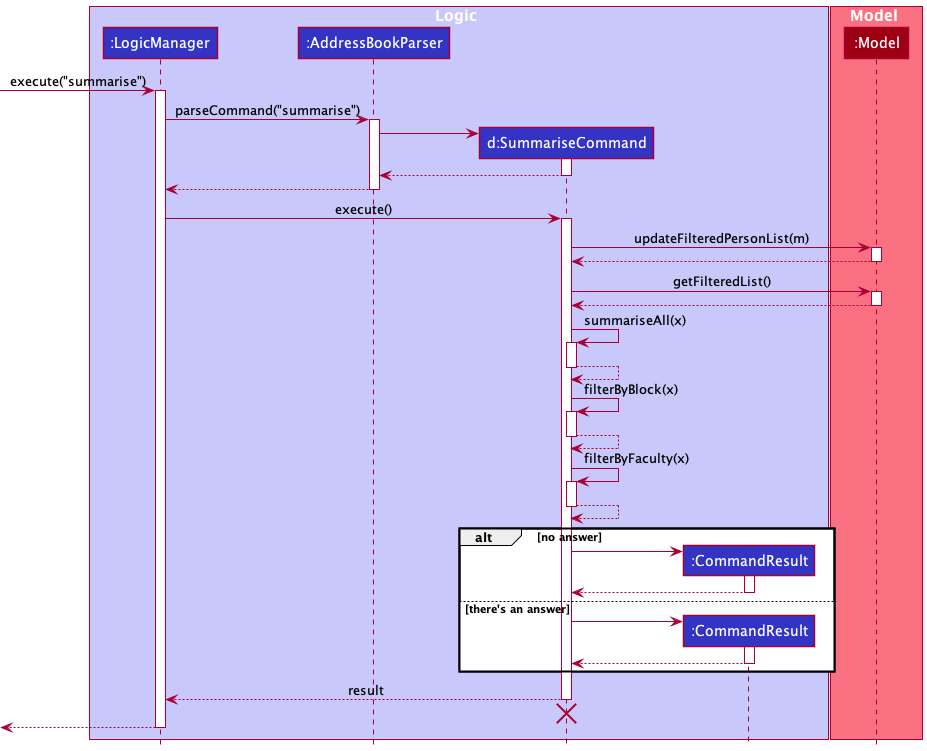
The PlantUML diagram docs/images/SummariseSequenceDiagram.png in nus-cs2103-AY2122S2/tp, before a commit.
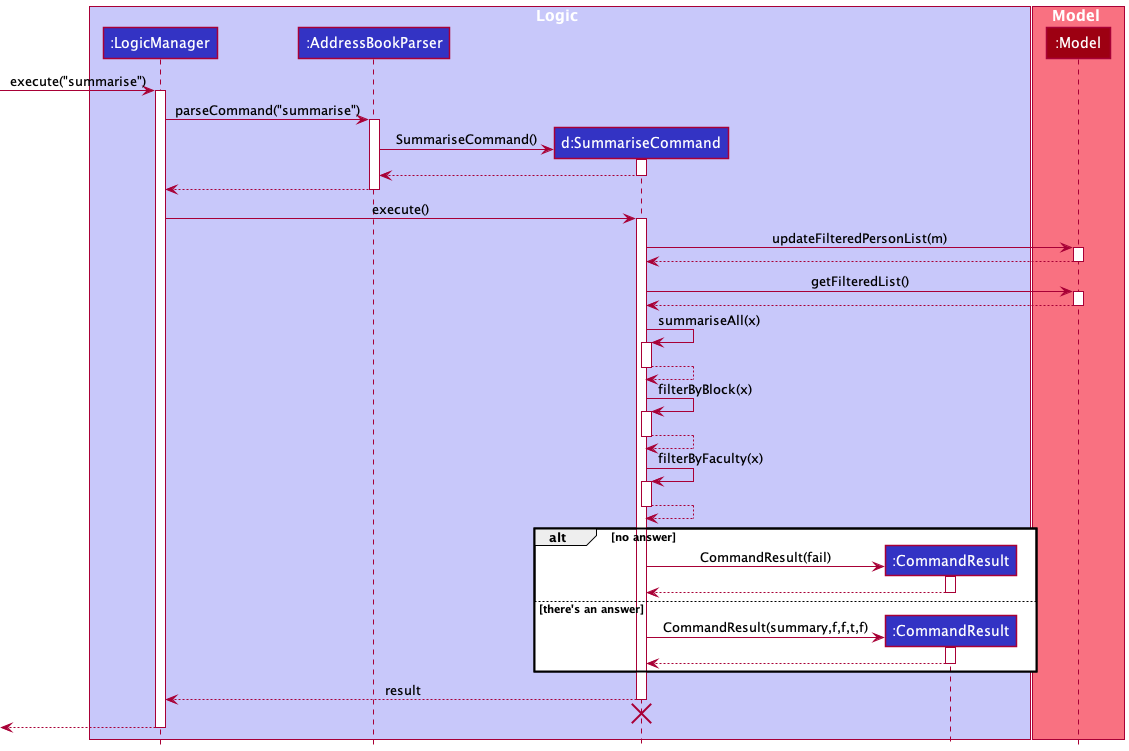
The same diagram one commit later.

Commit message:
Update Summarise's sequence and activity diagrams

What changed in the source:
```diff
@@ -19,7 +19,7 @@
 activate AddressBookParser
 
 create SummariseCommand
-AddressBookParser -> SummariseCommand
+AddressBookParser -> SummariseCommand : SummariseCommand()
 activate SummariseCommand
 
 SummariseCommand --> AddressBookParser
@@ -63,13 +63,13 @@
 
 alt no answer
     create CommandResult
-    SummariseCommand -> CommandResult
+    SummariseCommand -> CommandResult : CommandResult(fail)
     activate CommandResult
     CommandResult --> SummariseCommand
     deactivate CommandResult
 else there's an answer
     create CommandResult
-    SummariseCommand -> CommandResult
+    SummariseCommand -> CommandResult : CommandResult(summary,f,f,t,f)
     activate CommandResult
     CommandResult --> SummariseCommand
     deactivate CommandResult
```
